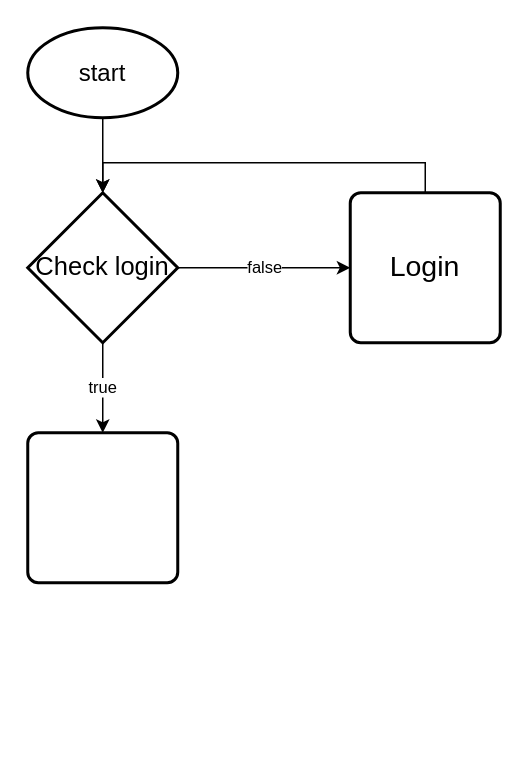
zzarr/SC keeps this draw.io diagram as Usulan Flow pengarsipan.drawio. Above is the earlier version. Source tidied: cells renumbered, new cells numbered last; positions are measured from the earlier drawing's top-left corner, leaving out a move shared by most shapes. Both pictures are drawn from the tidied source at 150%, with x=0, y=0 at pixel (27, 27).
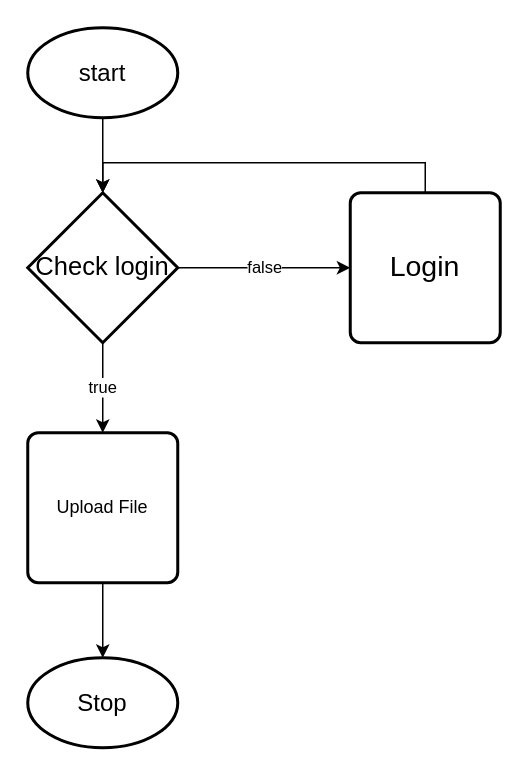
Above is the later version.

Change to the diagram source:
```diff
@@
 <mxGraphModel>
   <root>
     <mxCell id="0" />
     <mxCell id="1" parent="0" />
     <mxCell id="2" value="&lt;font style=&quot;font-size: 16px;&quot;&gt;start&lt;/font&gt;" style="strokeWidth=2;html=1;shape=mxgraph.flowchart.start_1;whiteSpace=wrap;" parent="1" vertex="1">
       <mxGeometry width="100" height="60" as="geometry" />
     </mxCell>
     <mxCell id="3" value="true" style="edgeStyle=orthogonalEdgeStyle;rounded=0;jettySize=auto;html=1;exitX=0.5;exitY=1;exitDx=0;exitDy=0;exitPerimeter=0;entryX=0.5;entryY=0;entryDx=0;entryDy=0;" parent="1" edge="1" source="5" target="6">
       <mxGeometry relative="1" as="geometry" />
     </mxCell>
     <mxCell id="4" value="false" style="edgeStyle=orthogonalEdgeStyle;rounded=0;jettySize=auto;html=1;exitX=1;exitY=0.5;exitDx=0;exitDy=0;exitPerimeter=0;entryX=0;entryY=0.5;entryDx=0;entryDy=0;" parent="1" edge="1" source="5" target="8">
       <mxGeometry relative="1" as="geometry" />
     </mxCell>
     <mxCell id="5" value="&lt;font style=&quot;font-size: 17px;&quot;&gt;Check login&lt;/font&gt;" style="strokeWidth=2;html=1;shape=mxgraph.flowchart.decision;whiteSpace=wrap;" parent="1" vertex="1">
       <mxGeometry y="110" width="100" height="100" as="geometry" />
     </mxCell>
-    <mxCell id="6" style="rounded=1;whiteSpace=wrap;html=1;absoluteArcSize=1;arcSize=14;strokeWidth=2;" parent="1" vertex="1">
+    <mxCell id="6" value="Upload File" style="rounded=1;whiteSpace=wrap;html=1;absoluteArcSize=1;arcSize=14;strokeWidth=2;" parent="1" vertex="1">
       <mxGeometry y="270" width="100" height="100" as="geometry" />
     </mxCell>
     <mxCell id="7" style="edgeStyle=orthogonalEdgeStyle;rounded=0;jettySize=auto;html=1;exitX=0.5;exitY=1;exitDx=0;exitDy=0;exitPerimeter=0;entryX=0.5;entryY=0;entryDx=0;entryDy=0;entryPerimeter=0;" parent="1" edge="1" source="2" target="5">
       <mxGeometry relative="1" as="geometry" />
     </mxCell>
     <mxCell id="8" value="&lt;font style=&quot;font-size: 19px;&quot;&gt;Login&lt;/font&gt;" style="rounded=1;whiteSpace=wrap;html=1;absoluteArcSize=1;arcSize=14;strokeWidth=2;" parent="1" vertex="1">
       <mxGeometry x="215" y="110" width="100" height="100" as="geometry" />
     </mxCell>
     <mxCell id="9" style="edgeStyle=orthogonalEdgeStyle;rounded=0;jettySize=auto;html=1;exitX=0.5;exitY=0;exitDx=0;exitDy=0;entryX=0.5;entryY=0;entryDx=0;entryDy=0;entryPerimeter=0;" parent="1" edge="1" source="8" target="5">
       <mxGeometry relative="1" as="geometry" />
     </mxCell>
+    <mxCell id="10" value="&lt;span style=&quot;font-size: 16px;&quot;&gt;Stop&lt;/span&gt;" style="strokeWidth=2;html=1;shape=mxgraph.flowchart.start_1;whiteSpace=wrap;" parent="1" vertex="1">
+      <mxGeometry y="420" width="100" height="60" as="geometry" />
+    </mxCell>
+    <mxCell id="11" style="edgeStyle=orthogonalEdgeStyle;rounded=0;jettySize=auto;html=1;exitX=0.5;exitY=1;exitDx=0;exitDy=0;entryX=0.5;entryY=0;entryDx=0;entryDy=0;entryPerimeter=0;" parent="1" edge="1" source="6" target="10">
+      <mxGeometry relative="1" as="geometry" />
+    </mxCell>
   </root>
 </mxGraphModel>
```
